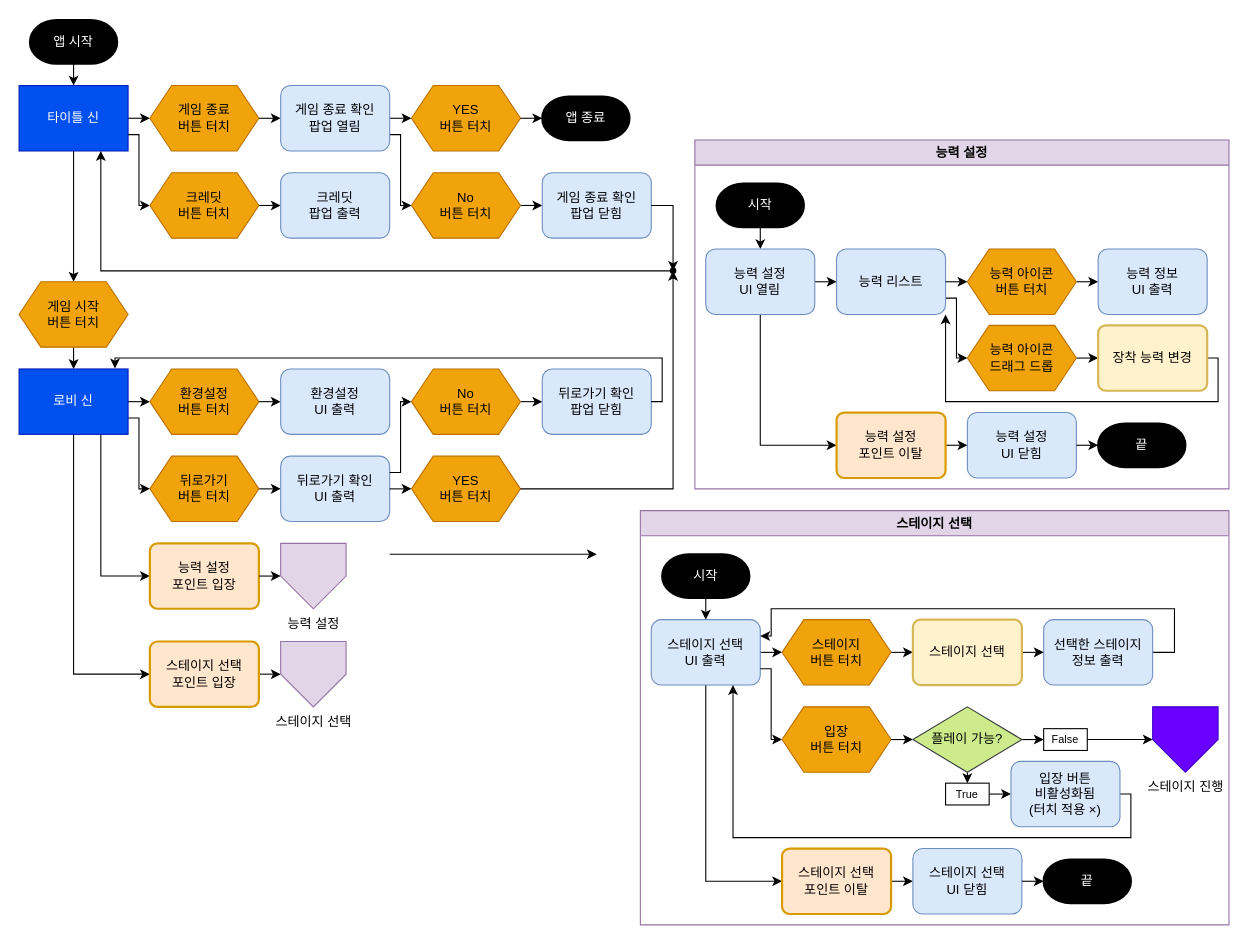
Before: page "UI 조작" (2 of 2) of Chart/20260316_moz.A.I.c_게임 플로우_v0.00.drawio in WooSeonghyeok/Moumi_moz.A.I.c_Documents, a draw.io diagram. Source tidied: cells renumbered, new cells numbered last; positions are measured from the earlier drawing's top-left corner, leaving out a move shared by most shapes. Both pictures are drawn from the tidied source at 109%, with x=0, y=0 at pixel (19, 20).
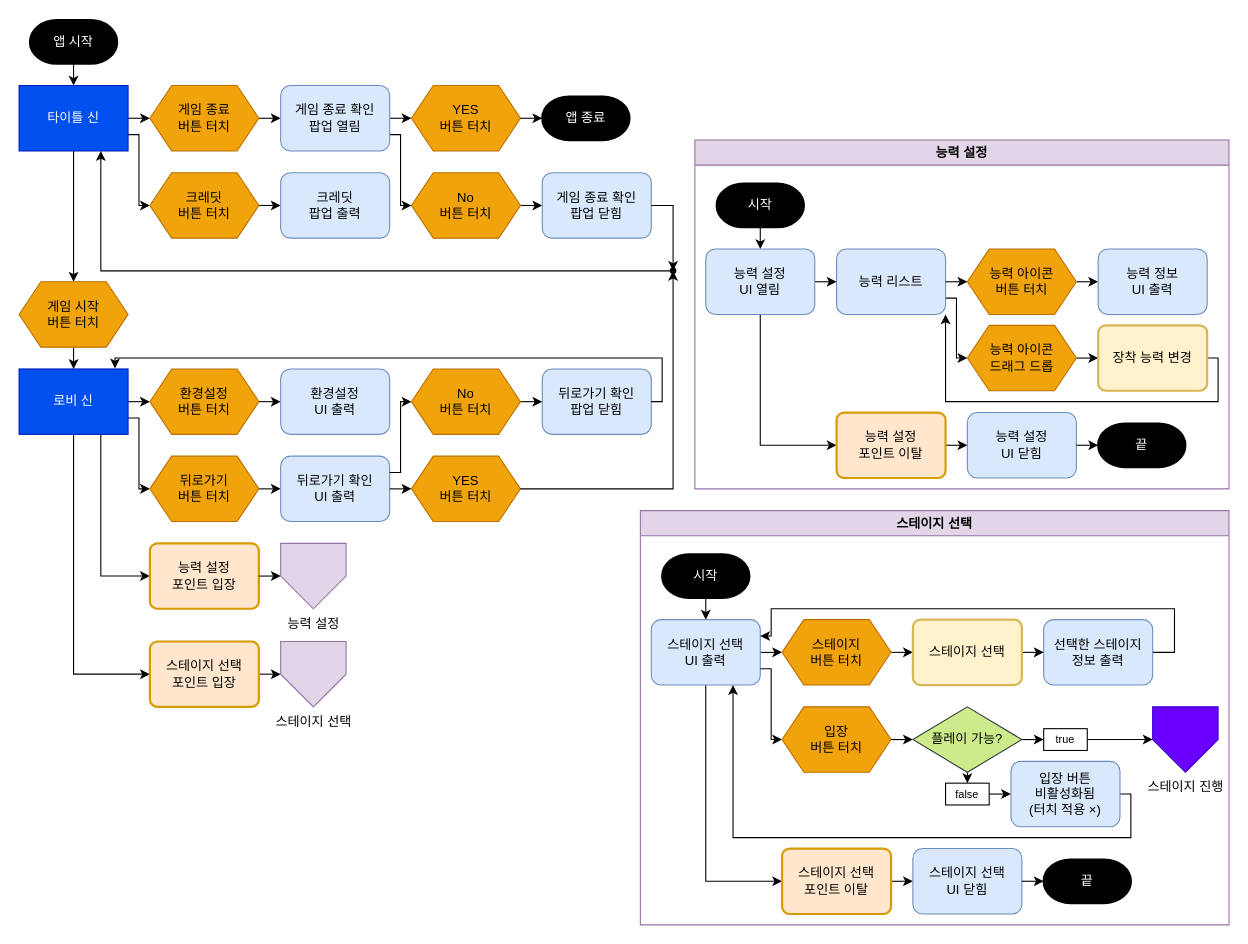
After the change.

The change refers to these unchanged cells:
```xml
<mxCell id="73" value="스테이지 선택" style="swimlane;whiteSpace=wrap;html=1;fillColor=#e1d5e7;strokeColor=#9673a6;" parent="1" vertex="1">
  <mxGeometry x="570" y="450" width="540" height="380" as="geometry" />
</mxCell>
```

Change to the diagram source:
```diff
@@
-    <mxCell id="52" style="edgeStyle=orthogonalEdgeStyle;rounded=0;orthogonalLoop=1;jettySize=auto;html=1;exitX=1;exitY=0.5;exitDx=0;exitDy=0;entryX=0;entryY=0.5;entryDx=0;entryDy=0;" parent="1" edge="1">
-      <mxGeometry relative="1" as="geometry">
-        <mxPoint x="340" y="490" as="sourcePoint" />
-        <mxPoint x="530" y="490" as="targetPoint" />
-      </mxGeometry>
-    </mxCell>
@@
-    <mxCell id="94" value="False" style="text;html=1;whiteSpace=wrap;strokeColor=default;fillColor=default;align=center;verticalAlign=middle;rounded=0;fontSize=10;" parent="73" vertex="1">
+    <mxCell id="94" value="true" style="text;html=1;whiteSpace=wrap;strokeColor=default;fillColor=default;align=center;verticalAlign=middle;rounded=0;fontSize=10;" parent="73" vertex="1">
       <mxGeometry x="370" y="200" width="40" height="20" as="geometry" />
     </mxCell>
@@
-    <mxCell id="96" value="True" style="text;html=1;whiteSpace=wrap;strokeColor=default;fillColor=default;align=center;verticalAlign=middle;rounded=0;fontSize=10;" parent="73" vertex="1">
+    <mxCell id="96" value="false" style="text;html=1;whiteSpace=wrap;strokeColor=default;fillColor=default;align=center;verticalAlign=middle;rounded=0;fontSize=10;" parent="73" vertex="1">
       <mxGeometry x="280" y="250" width="40" height="20" as="geometry" />
     </mxCell>
```
